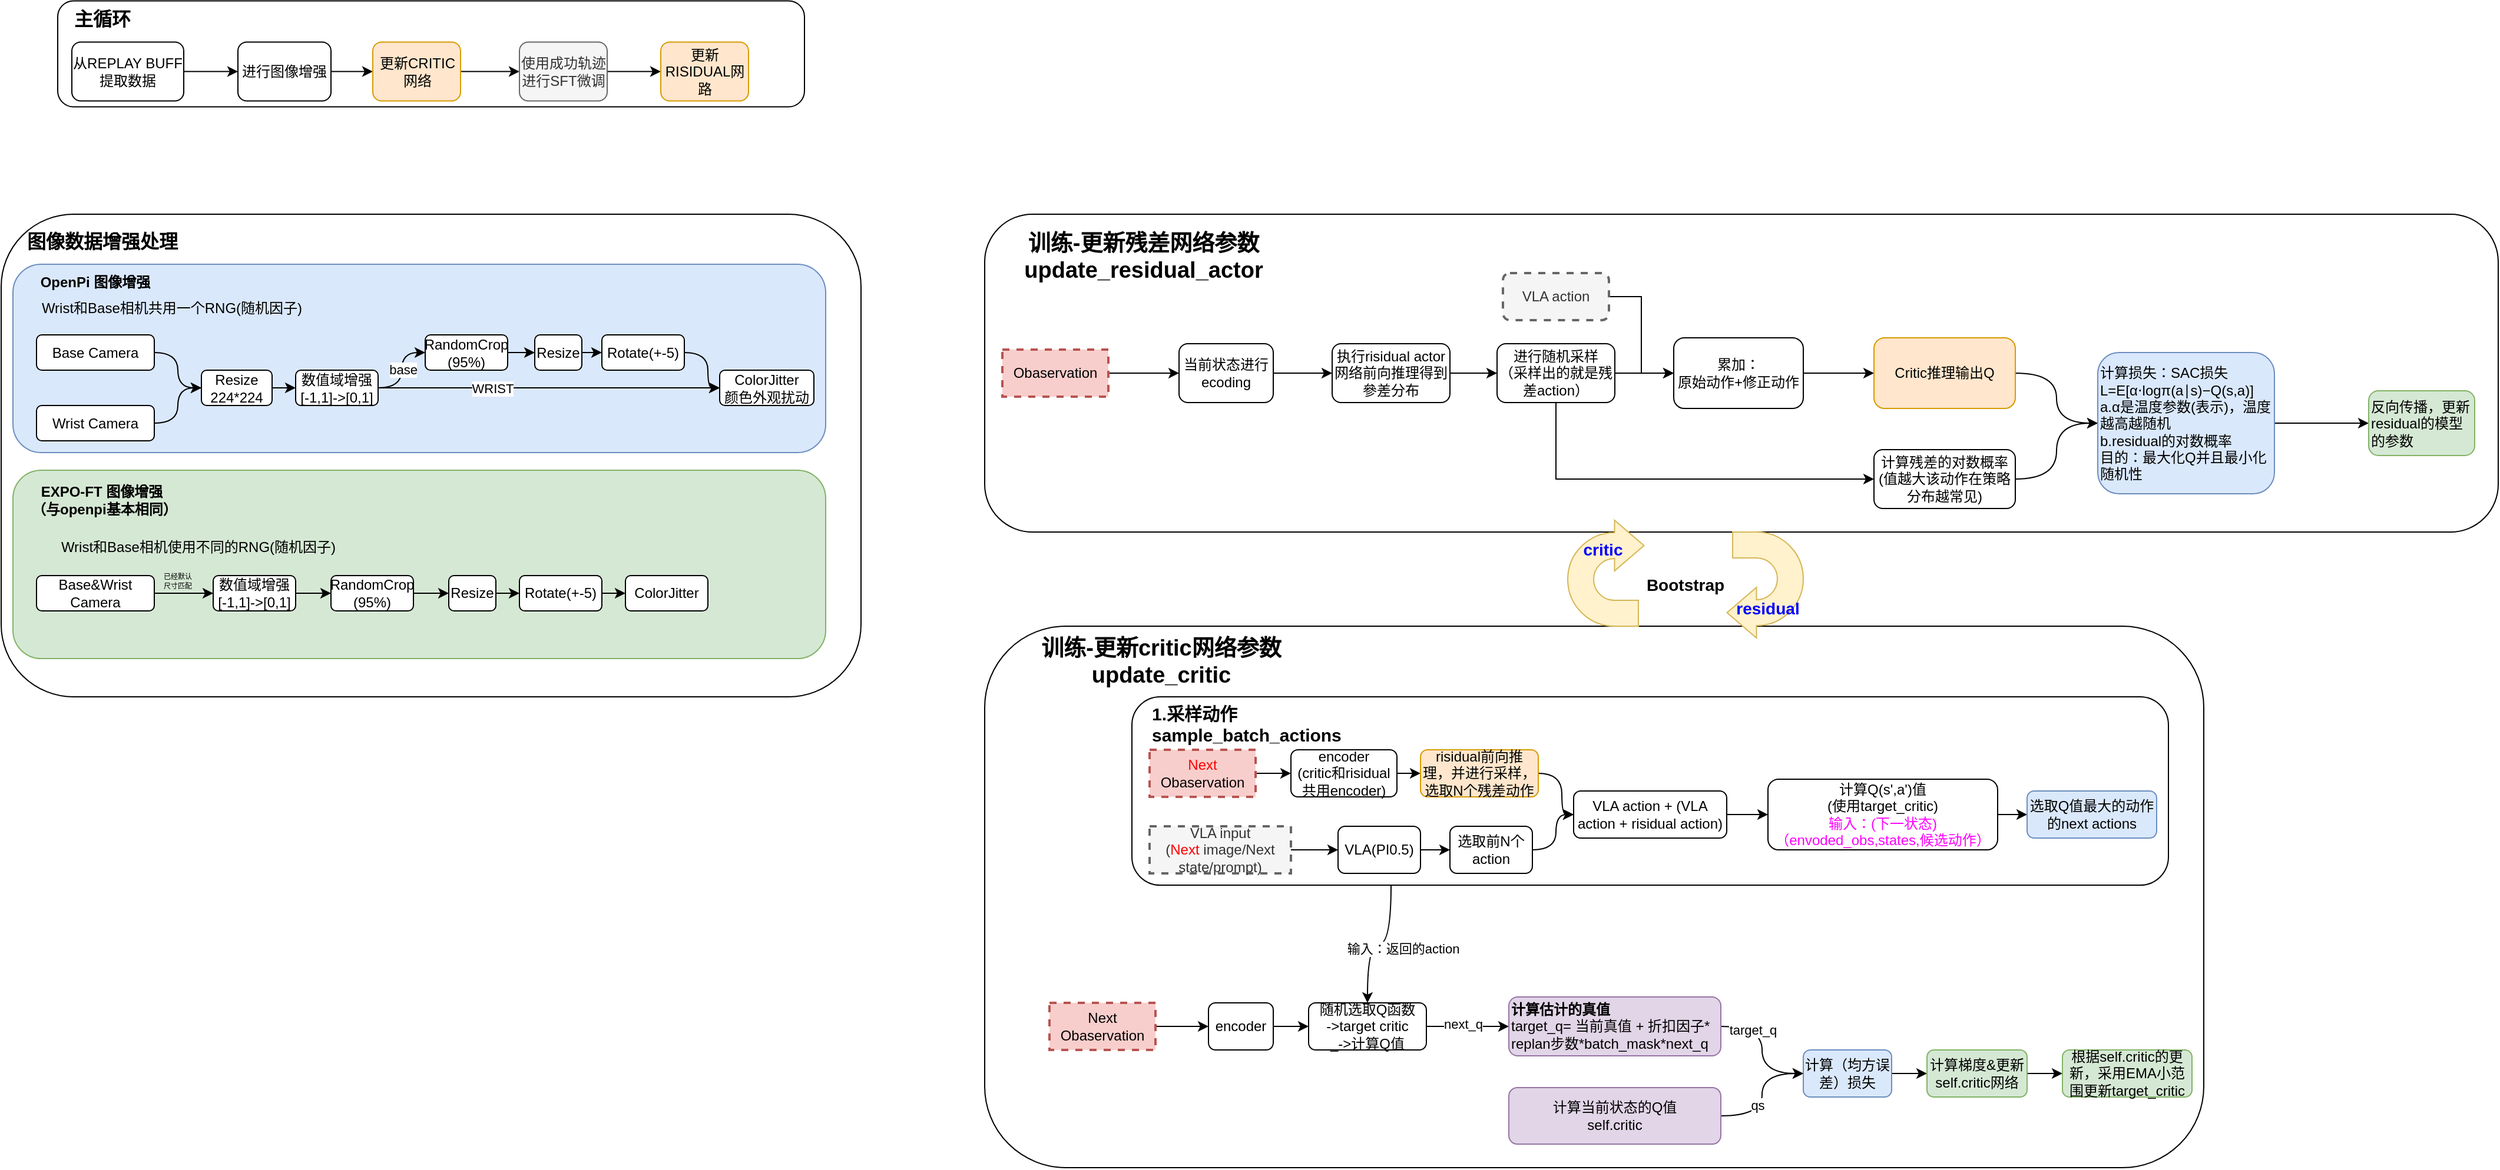
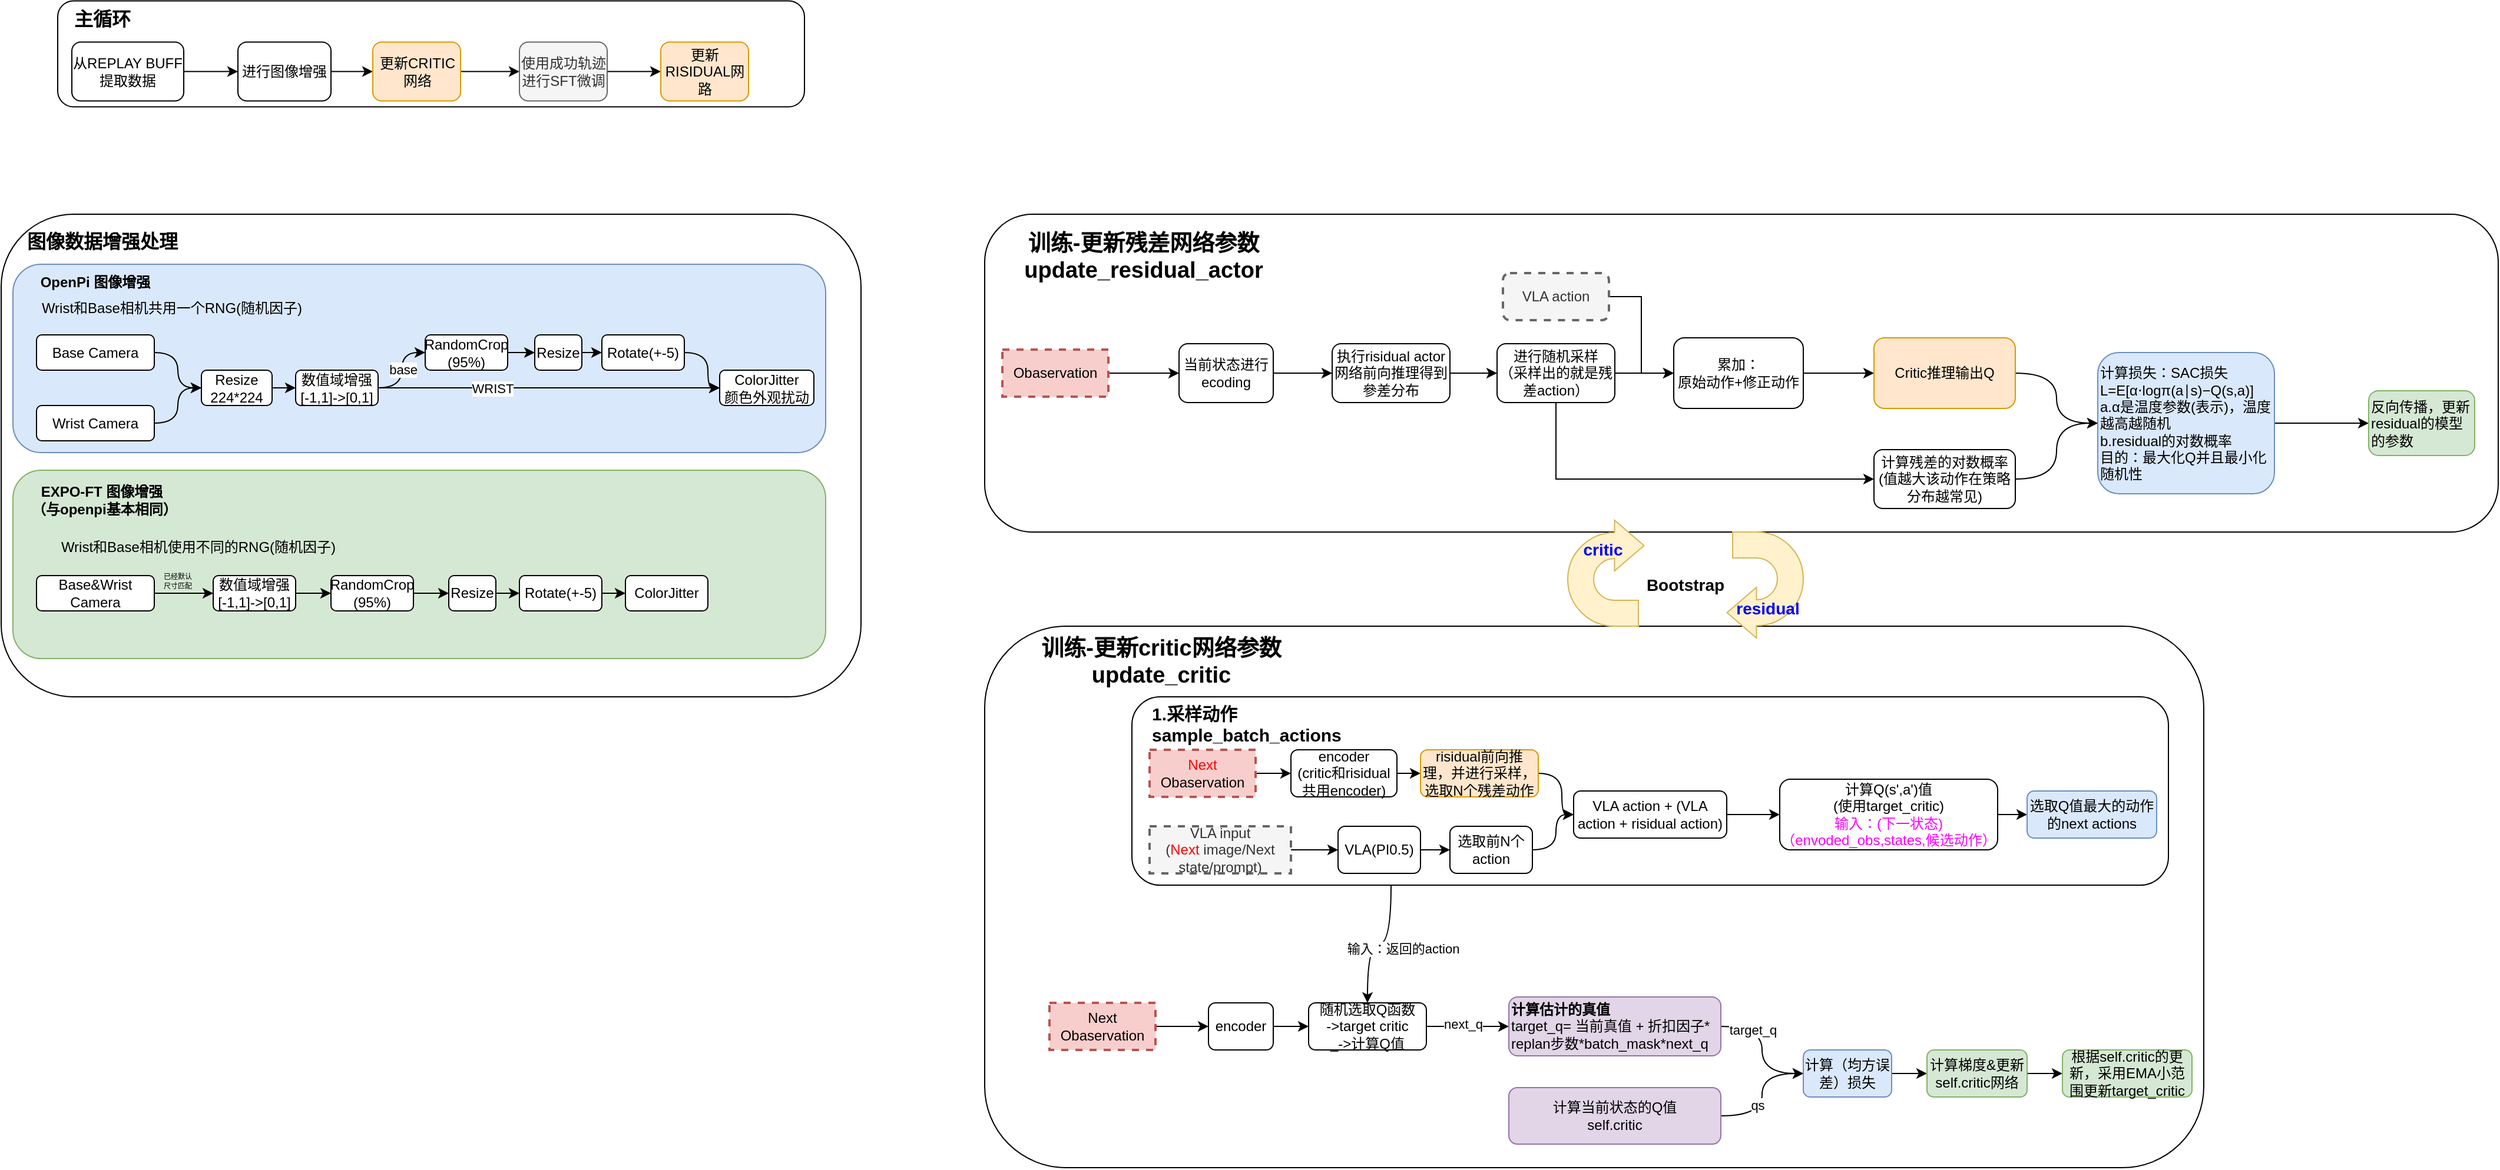
<mxfile host="app.diagrams.net">
  <diagram name="第 1 页" id="Xl2nalXjscSPXPMrPieM">
    <mxGraphModel dx="2328" dy="1052" grid="1" gridSize="10" guides="1" tooltips="1" connect="1" arrows="1" fold="1" page="1" pageScale="1" pageWidth="827" pageHeight="1169" math="0" shadow="0">
      <root>
        <mxCell id="0" />
        <mxCell id="1" parent="0" />
        <mxCell id="5m5IZYSdE89hOnIhnB_D-146" parent="1" style="rounded=1;whiteSpace=wrap;html=1;" value="" vertex="1">
          <mxGeometry height="90" width="634" x="-842" y="8.75" as="geometry" />
        </mxCell>
        <mxCell id="5m5IZYSdE89hOnIhnB_D-129" parent="1" style="rounded=1;whiteSpace=wrap;html=1;" value="" vertex="1">
          <mxGeometry height="410" width="730" x="-890" y="190" as="geometry" />
        </mxCell>
        <mxCell id="5m5IZYSdE89hOnIhnB_D-127" parent="1" style="rounded=1;whiteSpace=wrap;html=1;fillColor=#d5e8d4;strokeColor=#82b366;" value="" vertex="1">
          <mxGeometry height="160" width="690" x="-880" y="407.5" as="geometry" />
        </mxCell>
        <mxCell id="5m5IZYSdE89hOnIhnB_D-126" parent="1" style="rounded=1;whiteSpace=wrap;html=1;fillColor=#dae8fc;strokeColor=#6c8ebf;" value="" vertex="1">
          <mxGeometry height="160" width="690" x="-880" y="232.5" as="geometry" />
        </mxCell>
        <mxCell id="5m5IZYSdE89hOnIhnB_D-75" parent="1" style="rounded=1;whiteSpace=wrap;html=1;" value="" vertex="1">
          <mxGeometry height="460" width="1035" x="-55" y="540" as="geometry" />
        </mxCell>
        <mxCell id="5m5IZYSdE89hOnIhnB_D-59" edge="1" parent="1" source="5m5IZYSdE89hOnIhnB_D-50" style="edgeStyle=orthogonalEdgeStyle;curved=1;rounded=0;orthogonalLoop=1;jettySize=auto;html=1;exitX=0.25;exitY=1;exitDx=0;exitDy=0;entryX=0.5;entryY=0;entryDx=0;entryDy=0;" target="5m5IZYSdE89hOnIhnB_D-56">
          <mxGeometry relative="1" as="geometry" />
        </mxCell>
        <mxCell id="5m5IZYSdE89hOnIhnB_D-60" connectable="0" parent="5m5IZYSdE89hOnIhnB_D-59" style="edgeLabel;html=1;align=center;verticalAlign=middle;resizable=0;points=[];" value="输入：返回的action" vertex="1">
          <mxGeometry relative="1" x="-0.1644" y="4" as="geometry">
            <mxPoint x="10" as="offset" />
          </mxGeometry>
        </mxCell>
        <mxCell id="5m5IZYSdE89hOnIhnB_D-22" parent="1" style="rounded=1;whiteSpace=wrap;html=1;" value="" vertex="1">
          <mxGeometry height="270" width="1285" x="-55" y="190" as="geometry" />
        </mxCell>
        <mxCell id="5m5IZYSdE89hOnIhnB_D-3" edge="1" parent="1" source="5m5IZYSdE89hOnIhnB_D-1" style="edgeStyle=orthogonalEdgeStyle;rounded=0;orthogonalLoop=1;jettySize=auto;html=1;" target="5m5IZYSdE89hOnIhnB_D-2" value="">
          <mxGeometry relative="1" as="geometry" />
        </mxCell>
        <mxCell id="5m5IZYSdE89hOnIhnB_D-1" parent="1" style="rounded=1;whiteSpace=wrap;html=1;" value="当前状态进行ecoding" vertex="1">
          <mxGeometry height="50" width="80" x="110" y="300" as="geometry" />
        </mxCell>
        <mxCell id="5m5IZYSdE89hOnIhnB_D-5" edge="1" parent="1" source="5m5IZYSdE89hOnIhnB_D-2" style="edgeStyle=orthogonalEdgeStyle;rounded=0;orthogonalLoop=1;jettySize=auto;html=1;" target="5m5IZYSdE89hOnIhnB_D-4" value="">
          <mxGeometry relative="1" as="geometry" />
        </mxCell>
        <mxCell id="5m5IZYSdE89hOnIhnB_D-2" parent="1" style="rounded=1;whiteSpace=wrap;html=1;" value="执行risidual actor网络前向推理得到參差分布" vertex="1">
          <mxGeometry height="50" width="100" x="240" y="300" as="geometry" />
        </mxCell>
        <mxCell id="5m5IZYSdE89hOnIhnB_D-7" edge="1" parent="1" source="5m5IZYSdE89hOnIhnB_D-4" style="edgeStyle=orthogonalEdgeStyle;rounded=0;orthogonalLoop=1;jettySize=auto;html=1;exitX=0.5;exitY=1;exitDx=0;exitDy=0;entryX=0;entryY=0.5;entryDx=0;entryDy=0;" target="5m5IZYSdE89hOnIhnB_D-6" value="">
          <mxGeometry relative="1" as="geometry" />
        </mxCell>
        <mxCell id="5m5IZYSdE89hOnIhnB_D-14" edge="1" parent="1" source="5m5IZYSdE89hOnIhnB_D-4" style="edgeStyle=orthogonalEdgeStyle;rounded=0;orthogonalLoop=1;jettySize=auto;html=1;exitX=1;exitY=0.5;exitDx=0;exitDy=0;entryX=0;entryY=0.5;entryDx=0;entryDy=0;" target="5m5IZYSdE89hOnIhnB_D-12">
          <mxGeometry relative="1" as="geometry" />
        </mxCell>
        <mxCell id="5m5IZYSdE89hOnIhnB_D-4" parent="1" style="rounded=1;whiteSpace=wrap;html=1;" value="进行随机采样&lt;br&gt;（采样出的就是残差action）" vertex="1">
          <mxGeometry height="50" width="100" x="380" y="300" as="geometry" />
        </mxCell>
        <mxCell id="5m5IZYSdE89hOnIhnB_D-19" edge="1" parent="1" source="5m5IZYSdE89hOnIhnB_D-6" style="edgeStyle=orthogonalEdgeStyle;rounded=0;orthogonalLoop=1;jettySize=auto;html=1;exitX=1;exitY=0.5;exitDx=0;exitDy=0;entryX=0;entryY=0.5;entryDx=0;entryDy=0;curved=1;" target="5m5IZYSdE89hOnIhnB_D-17">
          <mxGeometry relative="1" as="geometry" />
        </mxCell>
        <mxCell id="5m5IZYSdE89hOnIhnB_D-6" parent="1" style="rounded=1;whiteSpace=wrap;html=1;" value="计算残差的对数概率&lt;br&gt;(值越大该动作在策略分布越常见)" vertex="1">
          <mxGeometry height="50" width="120" x="700" y="390" as="geometry" />
        </mxCell>
        <mxCell id="5m5IZYSdE89hOnIhnB_D-9" edge="1" parent="1" source="5m5IZYSdE89hOnIhnB_D-8" style="edgeStyle=orthogonalEdgeStyle;rounded=0;orthogonalLoop=1;jettySize=auto;html=1;exitX=1;exitY=0.5;exitDx=0;exitDy=0;entryX=0;entryY=0.5;entryDx=0;entryDy=0;" target="5m5IZYSdE89hOnIhnB_D-1">
          <mxGeometry relative="1" as="geometry" />
        </mxCell>
        <mxCell id="5m5IZYSdE89hOnIhnB_D-8" parent="1" style="rounded=0;whiteSpace=wrap;html=1;fillColor=#f8cecc;strokeColor=#b85450;dashed=1;strokeWidth=2;" value="Obaservation" vertex="1">
          <mxGeometry height="40" width="90" x="-40" y="305" as="geometry" />
        </mxCell>
        <mxCell id="5m5IZYSdE89hOnIhnB_D-13" edge="1" parent="1" source="5m5IZYSdE89hOnIhnB_D-10" style="edgeStyle=orthogonalEdgeStyle;rounded=0;orthogonalLoop=1;jettySize=auto;html=1;exitX=1;exitY=0.5;exitDx=0;exitDy=0;entryX=0;entryY=0.5;entryDx=0;entryDy=0;" target="5m5IZYSdE89hOnIhnB_D-12">
          <mxGeometry relative="1" as="geometry" />
        </mxCell>
        <mxCell id="5m5IZYSdE89hOnIhnB_D-10" parent="1" style="rounded=1;whiteSpace=wrap;html=1;fillColor=#f5f5f5;fontColor=#333333;strokeColor=#666666;dashed=1;strokeWidth=2;" value="VLA action" vertex="1">
          <mxGeometry height="40" width="90" x="385" y="240" as="geometry" />
        </mxCell>
        <mxCell id="5m5IZYSdE89hOnIhnB_D-16" edge="1" parent="1" source="5m5IZYSdE89hOnIhnB_D-12" style="edgeStyle=orthogonalEdgeStyle;rounded=0;orthogonalLoop=1;jettySize=auto;html=1;exitX=1;exitY=0.5;exitDx=0;exitDy=0;entryX=0;entryY=0.5;entryDx=0;entryDy=0;" target="5m5IZYSdE89hOnIhnB_D-15">
          <mxGeometry relative="1" as="geometry" />
        </mxCell>
        <mxCell id="5m5IZYSdE89hOnIhnB_D-12" parent="1" style="rounded=1;whiteSpace=wrap;html=1;" value="累加：&lt;br&gt;原始动作+修正动作" vertex="1">
          <mxGeometry height="60" width="110" x="530" y="295" as="geometry" />
        </mxCell>
        <mxCell id="5m5IZYSdE89hOnIhnB_D-18" edge="1" parent="1" source="5m5IZYSdE89hOnIhnB_D-15" style="edgeStyle=orthogonalEdgeStyle;rounded=0;orthogonalLoop=1;jettySize=auto;html=1;exitX=1;exitY=0.5;exitDx=0;exitDy=0;entryX=0;entryY=0.5;entryDx=0;entryDy=0;curved=1;" target="5m5IZYSdE89hOnIhnB_D-17">
          <mxGeometry relative="1" as="geometry" />
        </mxCell>
        <mxCell id="5m5IZYSdE89hOnIhnB_D-15" parent="1" style="rounded=1;whiteSpace=wrap;html=1;fillColor=#ffe6cc;strokeColor=#d79b00;" value="Critic推理输出Q" vertex="1">
          <mxGeometry height="60" width="120" x="700" y="295" as="geometry" />
        </mxCell>
        <mxCell id="5m5IZYSdE89hOnIhnB_D-21" edge="1" parent="1" source="5m5IZYSdE89hOnIhnB_D-17" style="edgeStyle=orthogonalEdgeStyle;curved=1;rounded=0;orthogonalLoop=1;jettySize=auto;html=1;" target="5m5IZYSdE89hOnIhnB_D-20" value="">
          <mxGeometry relative="1" as="geometry" />
        </mxCell>
        <mxCell id="5m5IZYSdE89hOnIhnB_D-17" parent="1" style="rounded=1;whiteSpace=wrap;html=1;align=left;fillColor=#dae8fc;strokeColor=#6c8ebf;" value="计算损失：SAC损失&lt;br&gt;L=E[α⋅logπ(a∣s)−Q(s,a)]&lt;div&gt;a.α是温度参数(表示)，温度越高越随机&lt;br&gt;b.residual的对数概率&lt;br&gt;目的：最大化Q并且最小化随机性&lt;/div&gt;" vertex="1">
          <mxGeometry height="120" width="150" x="890" y="307.5" as="geometry" />
        </mxCell>
        <mxCell id="5m5IZYSdE89hOnIhnB_D-20" parent="1" style="rounded=1;whiteSpace=wrap;html=1;align=left;fillColor=#d5e8d4;strokeColor=#82b366;" value="反向传播，更新residual的模型的参数" vertex="1">
          <mxGeometry height="55" width="90" x="1120" y="340" as="geometry" />
        </mxCell>
        <mxCell id="5m5IZYSdE89hOnIhnB_D-23" parent="1" style="text;html=1;whiteSpace=wrap;strokeColor=none;fillColor=none;align=center;verticalAlign=middle;rounded=0;fontStyle=1;fontSize=19;" value="&lt;br&gt;训练-更新残差网络参数update_residual_actor" vertex="1">
          <mxGeometry height="30" width="220" x="-30" y="200" as="geometry" />
        </mxCell>
        <mxCell id="5m5IZYSdE89hOnIhnB_D-55" edge="1" parent="1" source="5m5IZYSdE89hOnIhnB_D-53" style="edgeStyle=orthogonalEdgeStyle;curved=1;rounded=0;orthogonalLoop=1;jettySize=auto;html=1;exitX=1;exitY=0.5;exitDx=0;exitDy=0;entryX=0;entryY=0.5;entryDx=0;entryDy=0;" target="5m5IZYSdE89hOnIhnB_D-54">
          <mxGeometry relative="1" as="geometry" />
        </mxCell>
        <mxCell id="5m5IZYSdE89hOnIhnB_D-53" parent="1" style="rounded=0;whiteSpace=wrap;html=1;fillColor=#f8cecc;strokeColor=#b85450;dashed=1;strokeWidth=2;" value="Next&lt;br&gt;Obaservation" vertex="1">
          <mxGeometry height="40" width="90" y="860" as="geometry" />
        </mxCell>
        <mxCell id="5m5IZYSdE89hOnIhnB_D-57" edge="1" parent="1" source="5m5IZYSdE89hOnIhnB_D-54" style="edgeStyle=orthogonalEdgeStyle;curved=1;rounded=0;orthogonalLoop=1;jettySize=auto;html=1;" target="5m5IZYSdE89hOnIhnB_D-56" value="">
          <mxGeometry relative="1" as="geometry" />
        </mxCell>
        <mxCell id="5m5IZYSdE89hOnIhnB_D-54" parent="1" style="rounded=1;whiteSpace=wrap;html=1;strokeWidth=1;" value="encoder" vertex="1">
          <mxGeometry height="40" width="55" x="135" y="860" as="geometry" />
        </mxCell>
        <mxCell id="5m5IZYSdE89hOnIhnB_D-64" edge="1" parent="1" source="5m5IZYSdE89hOnIhnB_D-56" style="edgeStyle=orthogonalEdgeStyle;curved=1;rounded=0;orthogonalLoop=1;jettySize=auto;html=1;" target="5m5IZYSdE89hOnIhnB_D-63" value="">
          <mxGeometry relative="1" as="geometry" />
        </mxCell>
        <mxCell id="5m5IZYSdE89hOnIhnB_D-65" connectable="0" parent="5m5IZYSdE89hOnIhnB_D-64" style="edgeLabel;html=1;align=center;verticalAlign=middle;resizable=0;points=[];" value="next_q" vertex="1">
          <mxGeometry relative="1" x="-0.1202" y="2" as="geometry">
            <mxPoint as="offset" />
          </mxGeometry>
        </mxCell>
        <mxCell id="5m5IZYSdE89hOnIhnB_D-56" parent="1" style="rounded=1;whiteSpace=wrap;html=1;strokeWidth=1;" value="随机选取Q函数&lt;br&gt;-&amp;gt;target critic&lt;div&gt;_-&amp;gt;计算Q值&lt;/div&gt;" vertex="1">
          <mxGeometry height="40" width="100" x="220" y="860" as="geometry" />
        </mxCell>
        <mxCell id="5m5IZYSdE89hOnIhnB_D-67" edge="1" parent="1" source="5m5IZYSdE89hOnIhnB_D-63" style="edgeStyle=orthogonalEdgeStyle;curved=1;rounded=0;orthogonalLoop=1;jettySize=auto;html=1;" target="5m5IZYSdE89hOnIhnB_D-66" value="">
          <mxGeometry relative="1" as="geometry" />
        </mxCell>
        <mxCell id="5m5IZYSdE89hOnIhnB_D-70" connectable="0" parent="5m5IZYSdE89hOnIhnB_D-67" style="edgeLabel;html=1;align=center;verticalAlign=middle;resizable=0;points=[];" value="target_q" vertex="1">
          <mxGeometry relative="1" x="-0.5152" y="-3" as="geometry">
            <mxPoint as="offset" />
          </mxGeometry>
        </mxCell>
        <mxCell id="5m5IZYSdE89hOnIhnB_D-63" parent="1" style="rounded=1;whiteSpace=wrap;html=1;strokeWidth=1;align=left;fillColor=#e1d5e7;strokeColor=#9673a6;" value="&lt;b&gt;计算估计的真值&lt;/b&gt;&lt;br&gt;target_q= 当前真值 + 折扣因子* replan步数*batch_mask*next_q" vertex="1">
          <mxGeometry height="50" width="180" x="390" y="855" as="geometry" />
        </mxCell>
        <mxCell id="5m5IZYSdE89hOnIhnB_D-74" edge="1" parent="1" source="5m5IZYSdE89hOnIhnB_D-66" style="edgeStyle=orthogonalEdgeStyle;curved=1;rounded=0;orthogonalLoop=1;jettySize=auto;html=1;" target="5m5IZYSdE89hOnIhnB_D-73" value="">
          <mxGeometry relative="1" as="geometry" />
        </mxCell>
        <mxCell id="5m5IZYSdE89hOnIhnB_D-66" parent="1" style="whiteSpace=wrap;html=1;align=center;rounded=1;strokeWidth=1;fillColor=#dae8fc;strokeColor=#6c8ebf;" value="计算（均方误差）损失" vertex="1">
          <mxGeometry height="40" width="75" x="640" y="900" as="geometry" />
        </mxCell>
        <mxCell id="5m5IZYSdE89hOnIhnB_D-69" edge="1" parent="1" source="5m5IZYSdE89hOnIhnB_D-68" style="edgeStyle=orthogonalEdgeStyle;curved=1;rounded=0;orthogonalLoop=1;jettySize=auto;html=1;exitX=1;exitY=0.5;exitDx=0;exitDy=0;entryX=0;entryY=0.5;entryDx=0;entryDy=0;" target="5m5IZYSdE89hOnIhnB_D-66">
          <mxGeometry relative="1" as="geometry" />
        </mxCell>
        <mxCell id="5m5IZYSdE89hOnIhnB_D-72" connectable="0" parent="5m5IZYSdE89hOnIhnB_D-69" style="edgeLabel;html=1;align=center;verticalAlign=middle;resizable=0;points=[];" value="qs" vertex="1">
          <mxGeometry relative="1" x="-0.1592" y="4" as="geometry">
            <mxPoint as="offset" />
          </mxGeometry>
        </mxCell>
        <mxCell id="5m5IZYSdE89hOnIhnB_D-68" parent="1" style="rounded=1;whiteSpace=wrap;html=1;strokeWidth=1;fillColor=#e1d5e7;strokeColor=#9673a6;" value="计算当前状态的Q值&lt;br&gt;self.critic" vertex="1">
          <mxGeometry height="48" width="180" x="390" y="932" as="geometry" />
        </mxCell>
        <mxCell id="5m5IZYSdE89hOnIhnB_D-78" edge="1" parent="1" source="5m5IZYSdE89hOnIhnB_D-73" style="edgeStyle=orthogonalEdgeStyle;curved=1;rounded=0;orthogonalLoop=1;jettySize=auto;html=1;" target="5m5IZYSdE89hOnIhnB_D-77" value="">
          <mxGeometry relative="1" as="geometry" />
        </mxCell>
        <mxCell id="5m5IZYSdE89hOnIhnB_D-73" parent="1" style="whiteSpace=wrap;html=1;align=center;rounded=1;strokeWidth=1;fillColor=#d5e8d4;strokeColor=#82b366;" value="计算梯度&amp;amp;更新self.critic网络" vertex="1">
          <mxGeometry height="40" width="85" x="745" y="900" as="geometry" />
        </mxCell>
        <mxCell id="5m5IZYSdE89hOnIhnB_D-76" parent="1" style="text;html=1;whiteSpace=wrap;strokeColor=none;fillColor=none;align=center;verticalAlign=middle;rounded=0;fontStyle=1;fontSize=19;" value="训练-更新critic网络参数&lt;br&gt;update_critic" vertex="1">
          <mxGeometry height="40" width="220" x="-15" y="550" as="geometry" />
        </mxCell>
        <mxCell id="5m5IZYSdE89hOnIhnB_D-77" parent="1" style="whiteSpace=wrap;html=1;align=center;rounded=1;strokeWidth=1;fillColor=#d5e8d4;strokeColor=#82b366;" value="根据self.critic的更新，采用EMA小范围更新target_critic" vertex="1">
          <mxGeometry height="40" width="110" x="860" y="900" as="geometry" />
        </mxCell>
        <mxCell id="5m5IZYSdE89hOnIhnB_D-79" connectable="0" parent="1" style="group" value="" vertex="1">
          <mxGeometry height="160" width="880" x="70" y="600" as="geometry" />
        </mxCell>
        <mxCell id="5m5IZYSdE89hOnIhnB_D-50" parent="5m5IZYSdE89hOnIhnB_D-79" style="rounded=1;whiteSpace=wrap;html=1;" value="" vertex="1">
          <mxGeometry height="160" width="880" as="geometry" />
        </mxCell>
        <mxCell id="5m5IZYSdE89hOnIhnB_D-39" edge="1" parent="5m5IZYSdE89hOnIhnB_D-79" source="5m5IZYSdE89hOnIhnB_D-32" style="edgeStyle=orthogonalEdgeStyle;curved=1;rounded=0;orthogonalLoop=1;jettySize=auto;html=1;exitX=1;exitY=0.5;exitDx=0;exitDy=0;entryX=0;entryY=0.5;entryDx=0;entryDy=0;" target="5m5IZYSdE89hOnIhnB_D-38">
          <mxGeometry relative="1" as="geometry" />
        </mxCell>
        <mxCell id="5m5IZYSdE89hOnIhnB_D-32" parent="5m5IZYSdE89hOnIhnB_D-79" style="rounded=0;whiteSpace=wrap;html=1;fillColor=#f8cecc;strokeColor=#b85450;dashed=1;strokeWidth=2;" value="&lt;span style=&quot;color: rgb(255, 0, 0);&quot;&gt;Next&lt;/span&gt;&lt;br&gt;Obaservation" vertex="1">
          <mxGeometry height="40" width="90" x="15" y="45" as="geometry" />
        </mxCell>
        <mxCell id="5m5IZYSdE89hOnIhnB_D-35" edge="1" parent="5m5IZYSdE89hOnIhnB_D-79" source="5m5IZYSdE89hOnIhnB_D-33" style="edgeStyle=orthogonalEdgeStyle;curved=1;rounded=0;orthogonalLoop=1;jettySize=auto;html=1;" target="5m5IZYSdE89hOnIhnB_D-34" value="">
          <mxGeometry relative="1" as="geometry" />
        </mxCell>
        <mxCell id="5m5IZYSdE89hOnIhnB_D-33" parent="5m5IZYSdE89hOnIhnB_D-79" style="rounded=0;whiteSpace=wrap;html=1;fillColor=#f5f5f5;fontColor=#333333;strokeColor=#666666;dashed=1;strokeWidth=2;" value="VLA input&lt;br&gt;(&lt;span style=&quot;color: rgb(255, 0, 0);&quot;&gt;Next&lt;/span&gt; image/Next state/prompt)" vertex="1">
          <mxGeometry height="40" width="120" x="15" y="110" as="geometry" />
        </mxCell>
        <mxCell id="5m5IZYSdE89hOnIhnB_D-37" edge="1" parent="5m5IZYSdE89hOnIhnB_D-79" source="5m5IZYSdE89hOnIhnB_D-34" style="edgeStyle=orthogonalEdgeStyle;curved=1;rounded=0;orthogonalLoop=1;jettySize=auto;html=1;" target="5m5IZYSdE89hOnIhnB_D-36" value="">
          <mxGeometry relative="1" as="geometry" />
        </mxCell>
        <mxCell id="5m5IZYSdE89hOnIhnB_D-34" parent="5m5IZYSdE89hOnIhnB_D-79" style="rounded=1;whiteSpace=wrap;html=1;strokeWidth=1;" value="VLA(PI0.5)" vertex="1">
          <mxGeometry height="40" width="70" x="175" y="110" as="geometry" />
        </mxCell>
        <mxCell id="5m5IZYSdE89hOnIhnB_D-44" edge="1" parent="5m5IZYSdE89hOnIhnB_D-79" source="5m5IZYSdE89hOnIhnB_D-36" style="edgeStyle=orthogonalEdgeStyle;curved=1;rounded=0;orthogonalLoop=1;jettySize=auto;html=1;exitX=1;exitY=0.5;exitDx=0;exitDy=0;entryX=0;entryY=0.5;entryDx=0;entryDy=0;" target="5m5IZYSdE89hOnIhnB_D-43">
          <mxGeometry relative="1" as="geometry" />
        </mxCell>
        <mxCell id="5m5IZYSdE89hOnIhnB_D-36" parent="5m5IZYSdE89hOnIhnB_D-79" style="rounded=1;whiteSpace=wrap;html=1;strokeWidth=1;" value="选取前N个action" vertex="1">
          <mxGeometry height="40" width="70" x="270" y="110" as="geometry" />
        </mxCell>
        <mxCell id="5m5IZYSdE89hOnIhnB_D-41" edge="1" parent="5m5IZYSdE89hOnIhnB_D-79" source="5m5IZYSdE89hOnIhnB_D-38" style="edgeStyle=orthogonalEdgeStyle;curved=1;rounded=0;orthogonalLoop=1;jettySize=auto;html=1;" target="5m5IZYSdE89hOnIhnB_D-40" value="">
          <mxGeometry relative="1" as="geometry" />
        </mxCell>
        <mxCell id="5m5IZYSdE89hOnIhnB_D-38" parent="5m5IZYSdE89hOnIhnB_D-79" style="rounded=1;whiteSpace=wrap;html=1;strokeWidth=1;" value="encoder&lt;div&gt;(critic和risidual共用encoder)&lt;/div&gt;" vertex="1">
          <mxGeometry height="40" width="90" x="135" y="45" as="geometry" />
        </mxCell>
        <mxCell id="5m5IZYSdE89hOnIhnB_D-45" edge="1" parent="5m5IZYSdE89hOnIhnB_D-79" source="5m5IZYSdE89hOnIhnB_D-40" style="edgeStyle=orthogonalEdgeStyle;curved=1;rounded=0;orthogonalLoop=1;jettySize=auto;html=1;exitX=1;exitY=0.5;exitDx=0;exitDy=0;entryX=0;entryY=0.5;entryDx=0;entryDy=0;" target="5m5IZYSdE89hOnIhnB_D-43">
          <mxGeometry relative="1" as="geometry" />
        </mxCell>
        <mxCell id="5m5IZYSdE89hOnIhnB_D-40" parent="5m5IZYSdE89hOnIhnB_D-79" style="rounded=1;whiteSpace=wrap;html=1;strokeWidth=1;fillColor=#ffe6cc;strokeColor=#d79b00;" value="risidual前向推理，并进行采样，选取N个残差动作" vertex="1">
          <mxGeometry height="40" width="100" x="245" y="45" as="geometry" />
        </mxCell>
        <mxCell id="5m5IZYSdE89hOnIhnB_D-47" edge="1" parent="5m5IZYSdE89hOnIhnB_D-79" source="5m5IZYSdE89hOnIhnB_D-43" style="edgeStyle=orthogonalEdgeStyle;curved=1;rounded=0;orthogonalLoop=1;jettySize=auto;html=1;exitX=1;exitY=0.5;exitDx=0;exitDy=0;entryX=0;entryY=0.5;entryDx=0;entryDy=0;" target="5m5IZYSdE89hOnIhnB_D-46">
          <mxGeometry relative="1" as="geometry" />
        </mxCell>
        <mxCell id="5m5IZYSdE89hOnIhnB_D-43" parent="5m5IZYSdE89hOnIhnB_D-79" style="rounded=1;whiteSpace=wrap;html=1;strokeWidth=1;" value="VLA action + (VLA action + risidual action)" vertex="1">
          <mxGeometry height="40" width="130" x="375" y="80" as="geometry" />
        </mxCell>
        <mxCell id="5m5IZYSdE89hOnIhnB_D-49" edge="1" parent="5m5IZYSdE89hOnIhnB_D-79" source="5m5IZYSdE89hOnIhnB_D-46" style="edgeStyle=orthogonalEdgeStyle;curved=1;rounded=0;orthogonalLoop=1;jettySize=auto;html=1;" target="5m5IZYSdE89hOnIhnB_D-48" value="">
          <mxGeometry relative="1" as="geometry" />
        </mxCell>
        <mxCell id="5m5IZYSdE89hOnIhnB_D-46" parent="5m5IZYSdE89hOnIhnB_D-79" style="rounded=1;whiteSpace=wrap;html=1;strokeWidth=1;" value="计算Q(s&#39;,a&#39;)值&lt;br&gt;(使用target_critic)&lt;br&gt;&lt;span style=&quot;color: rgb(255, 0, 255);&quot;&gt;输入：(下一状态)&lt;br&gt;（envoded_obs,states,候选动作）&lt;/span&gt;" vertex="1">
-           <mxGeometry height="60" width="195" x="540" y="70" as="geometry" />
+           <mxGeometry height="60" width="185" x="550" y="70" as="geometry" />
        </mxCell>
        <mxCell id="5m5IZYSdE89hOnIhnB_D-48" parent="5m5IZYSdE89hOnIhnB_D-79" style="rounded=1;whiteSpace=wrap;html=1;strokeWidth=1;fillColor=#dae8fc;strokeColor=#6c8ebf;" value="选取Q值最大的动作&lt;br&gt;的next actions" vertex="1">
          <mxGeometry height="40" width="110" x="760" y="80" as="geometry" />
        </mxCell>
        <mxCell id="5m5IZYSdE89hOnIhnB_D-51" parent="5m5IZYSdE89hOnIhnB_D-79" style="text;html=1;whiteSpace=wrap;strokeColor=none;fillColor=none;align=left;verticalAlign=middle;rounded=0;fontStyle=1;fontSize=15;" value="1.采样动作&lt;br&gt;sample_batch_actions" vertex="1">
          <mxGeometry height="30" width="220" x="15" y="8" as="geometry" />
        </mxCell>
        <mxCell id="5m5IZYSdE89hOnIhnB_D-82" parent="1" style="html=1;shadow=0;dashed=0;align=center;verticalAlign=middle;shape=mxgraph.arrows2.uTurnArrow;dy=11;arrowHead=43;dx2=25;fillColor=#fff2cc;strokeColor=#d6b656;" value="" vertex="1">
          <mxGeometry height="90" width="60" x="440" y="450" as="geometry" />
        </mxCell>
        <mxCell id="5m5IZYSdE89hOnIhnB_D-83" parent="1" style="html=1;shadow=0;dashed=0;align=center;verticalAlign=middle;shape=mxgraph.arrows2.uTurnArrow;dy=11;arrowHead=43;dx2=25;rotation=-180;fillColor=#fff2cc;strokeColor=#d6b656;" value="&amp;nbsp; " vertex="1">
          <mxGeometry height="90" width="60" x="580" y="460" as="geometry" />
        </mxCell>
        <mxCell id="5m5IZYSdE89hOnIhnB_D-84" parent="1" style="text;html=1;whiteSpace=wrap;strokeColor=none;fillColor=none;align=center;verticalAlign=middle;rounded=0;fontStyle=1;fontSize=14;" value="Bootstrap" vertex="1">
          <mxGeometry height="30" width="60" x="510" y="490" as="geometry" />
        </mxCell>
        <mxCell id="5m5IZYSdE89hOnIhnB_D-85" parent="1" style="text;html=1;whiteSpace=wrap;strokeColor=none;fillColor=none;align=center;verticalAlign=middle;rounded=0;fontStyle=1;fontColor=#0000FF;fontSize=14;" value="critic" vertex="1">
          <mxGeometry height="30" width="60" x="440" y="460" as="geometry" />
        </mxCell>
        <mxCell id="5m5IZYSdE89hOnIhnB_D-86" parent="1" style="text;html=1;whiteSpace=wrap;strokeColor=none;fillColor=none;align=center;verticalAlign=middle;rounded=0;fontStyle=1;fontColor=#0000FF;fontSize=14;" value="residual" vertex="1">
          <mxGeometry height="30" width="60" x="580" y="510" as="geometry" />
        </mxCell>
        <mxCell id="5m5IZYSdE89hOnIhnB_D-99" edge="1" parent="1" source="5m5IZYSdE89hOnIhnB_D-87" style="edgeStyle=orthogonalEdgeStyle;curved=1;rounded=0;orthogonalLoop=1;jettySize=auto;html=1;exitX=1;exitY=0.5;exitDx=0;exitDy=0;entryX=0;entryY=0.5;entryDx=0;entryDy=0;" target="5m5IZYSdE89hOnIhnB_D-89">
          <mxGeometry relative="1" as="geometry" />
        </mxCell>
        <mxCell id="5m5IZYSdE89hOnIhnB_D-87" parent="1" style="rounded=1;whiteSpace=wrap;html=1;" value="Base Camera" vertex="1">
          <mxGeometry height="30" width="100" x="-860" y="292.5" as="geometry" />
        </mxCell>
        <mxCell id="5m5IZYSdE89hOnIhnB_D-98" edge="1" parent="1" source="5m5IZYSdE89hOnIhnB_D-88" style="edgeStyle=orthogonalEdgeStyle;curved=1;rounded=0;orthogonalLoop=1;jettySize=auto;html=1;exitX=1;exitY=0.5;exitDx=0;exitDy=0;entryX=0;entryY=0.5;entryDx=0;entryDy=0;" target="5m5IZYSdE89hOnIhnB_D-89">
          <mxGeometry relative="1" as="geometry" />
        </mxCell>
        <mxCell id="5m5IZYSdE89hOnIhnB_D-88" parent="1" style="rounded=1;whiteSpace=wrap;html=1;" value="Wrist Camera" vertex="1">
          <mxGeometry height="30" width="100" x="-860" y="352.5" as="geometry" />
        </mxCell>
        <mxCell id="5m5IZYSdE89hOnIhnB_D-108" edge="1" parent="1" source="5m5IZYSdE89hOnIhnB_D-89" style="edgeStyle=orthogonalEdgeStyle;curved=1;rounded=0;orthogonalLoop=1;jettySize=auto;html=1;" target="5m5IZYSdE89hOnIhnB_D-107" value="">
          <mxGeometry relative="1" as="geometry" />
        </mxCell>
        <mxCell id="5m5IZYSdE89hOnIhnB_D-89" parent="1" style="rounded=1;whiteSpace=wrap;html=1;" value="Resize&lt;div&gt;224*224&lt;/div&gt;" vertex="1">
          <mxGeometry height="30" width="60" x="-720" y="322.5" as="geometry" />
        </mxCell>
        <mxCell id="5m5IZYSdE89hOnIhnB_D-92" edge="1" parent="1" source="5m5IZYSdE89hOnIhnB_D-90" style="edgeStyle=orthogonalEdgeStyle;curved=1;rounded=0;orthogonalLoop=1;jettySize=auto;html=1;" target="5m5IZYSdE89hOnIhnB_D-91" value="">
          <mxGeometry relative="1" as="geometry" />
        </mxCell>
        <mxCell id="5m5IZYSdE89hOnIhnB_D-90" parent="1" style="rounded=1;whiteSpace=wrap;html=1;" value="RandomCrop&lt;br&gt;(95%)" vertex="1">
          <mxGeometry height="30" width="70" x="-530" y="292.5" as="geometry" />
        </mxCell>
        <mxCell id="5m5IZYSdE89hOnIhnB_D-94" edge="1" parent="1" source="5m5IZYSdE89hOnIhnB_D-91" style="edgeStyle=orthogonalEdgeStyle;curved=1;rounded=0;orthogonalLoop=1;jettySize=auto;html=1;" target="5m5IZYSdE89hOnIhnB_D-93" value="">
          <mxGeometry relative="1" as="geometry" />
        </mxCell>
        <mxCell id="5m5IZYSdE89hOnIhnB_D-91" parent="1" style="rounded=1;whiteSpace=wrap;html=1;" value="Resize" vertex="1">
          <mxGeometry height="30" width="40" x="-437" y="292.5" as="geometry" />
        </mxCell>
        <mxCell id="5m5IZYSdE89hOnIhnB_D-96" edge="1" parent="1" source="5m5IZYSdE89hOnIhnB_D-93" style="edgeStyle=orthogonalEdgeStyle;curved=1;rounded=0;orthogonalLoop=1;jettySize=auto;html=1;" target="5m5IZYSdE89hOnIhnB_D-95" value="">
          <mxGeometry relative="1" as="geometry" />
        </mxCell>
        <mxCell id="5m5IZYSdE89hOnIhnB_D-93" parent="1" style="rounded=1;whiteSpace=wrap;html=1;" value="Rotate(+-5)" vertex="1">
          <mxGeometry height="30" width="70" x="-380" y="292.5" as="geometry" />
        </mxCell>
        <mxCell id="5m5IZYSdE89hOnIhnB_D-95" parent="1" style="rounded=1;whiteSpace=wrap;html=1;" value="ColorJitter&lt;br&gt;颜色外观扰动" vertex="1">
          <mxGeometry height="30" width="80" x="-280" y="322.5" as="geometry" />
        </mxCell>
        <mxCell id="5m5IZYSdE89hOnIhnB_D-103" parent="1" style="text;html=1;whiteSpace=wrap;strokeColor=none;fillColor=none;align=center;verticalAlign=middle;rounded=0;" value="Wrist和Base相机共用一个RNG(随机因子)" vertex="1">
          <mxGeometry height="20" width="230" x="-860" y="260" as="geometry" />
        </mxCell>
        <mxCell id="5m5IZYSdE89hOnIhnB_D-105" parent="1" style="text;html=1;whiteSpace=wrap;strokeColor=none;fillColor=none;align=center;verticalAlign=middle;rounded=0;fontStyle=1" value="OpenPi 图像增强" vertex="1">
          <mxGeometry height="20" width="110" x="-865" y="237.5" as="geometry" />
        </mxCell>
        <mxCell id="5m5IZYSdE89hOnIhnB_D-106" parent="1" style="text;html=1;whiteSpace=wrap;strokeColor=none;fillColor=none;align=center;verticalAlign=middle;rounded=0;fontStyle=1" value="EXPO-FT 图像增强&lt;br&gt;（与openpi基本相同）" vertex="1">
          <mxGeometry height="20" width="121" x="-865" y="422.5" as="geometry" />
        </mxCell>
        <mxCell id="5m5IZYSdE89hOnIhnB_D-109" edge="1" parent="1" source="5m5IZYSdE89hOnIhnB_D-107" style="edgeStyle=orthogonalEdgeStyle;curved=1;rounded=0;orthogonalLoop=1;jettySize=auto;html=1;exitX=1;exitY=0.5;exitDx=0;exitDy=0;entryX=0;entryY=0.5;entryDx=0;entryDy=0;" target="5m5IZYSdE89hOnIhnB_D-90">
          <mxGeometry relative="1" as="geometry" />
        </mxCell>
        <mxCell id="5m5IZYSdE89hOnIhnB_D-110" connectable="0" parent="5m5IZYSdE89hOnIhnB_D-109" style="edgeLabel;html=1;align=center;verticalAlign=middle;resizable=0;points=[];" value="base" vertex="1">
          <mxGeometry relative="1" x="0.0335" y="-1" as="geometry">
            <mxPoint as="offset" />
          </mxGeometry>
        </mxCell>
        <mxCell id="5m5IZYSdE89hOnIhnB_D-133" edge="1" parent="1" source="5m5IZYSdE89hOnIhnB_D-107" style="edgeStyle=orthogonalEdgeStyle;curved=1;rounded=0;orthogonalLoop=1;jettySize=auto;html=1;exitX=1;exitY=0.5;exitDx=0;exitDy=0;entryX=0;entryY=0.5;entryDx=0;entryDy=0;" target="5m5IZYSdE89hOnIhnB_D-95">
          <mxGeometry relative="1" as="geometry" />
        </mxCell>
        <mxCell id="5m5IZYSdE89hOnIhnB_D-134" connectable="0" parent="5m5IZYSdE89hOnIhnB_D-133" style="edgeLabel;html=1;align=center;verticalAlign=middle;resizable=0;points=[];" value="WRIST" vertex="1">
          <mxGeometry relative="1" x="-0.3337" as="geometry">
            <mxPoint as="offset" />
          </mxGeometry>
        </mxCell>
        <mxCell id="5m5IZYSdE89hOnIhnB_D-107" parent="1" style="rounded=1;whiteSpace=wrap;html=1;" value="数值域增强&lt;br&gt;[-1,1]-&amp;gt;[0,1]" vertex="1">
          <mxGeometry height="30" width="70" x="-640" y="322.5" as="geometry" />
        </mxCell>
        <mxCell id="5m5IZYSdE89hOnIhnB_D-118" edge="1" parent="1" source="5m5IZYSdE89hOnIhnB_D-113" style="edgeStyle=orthogonalEdgeStyle;curved=1;rounded=0;orthogonalLoop=1;jettySize=auto;html=1;exitX=1;exitY=0.5;exitDx=0;exitDy=0;entryX=0;entryY=0.5;entryDx=0;entryDy=0;" target="5m5IZYSdE89hOnIhnB_D-114">
          <mxGeometry relative="1" as="geometry" />
        </mxCell>
        <mxCell id="5m5IZYSdE89hOnIhnB_D-113" parent="1" style="rounded=1;whiteSpace=wrap;html=1;" value="数值域增强&lt;br&gt;[-1,1]-&amp;gt;[0,1]" vertex="1">
          <mxGeometry height="30" width="70" x="-710" y="497" as="geometry" />
        </mxCell>
        <mxCell id="5m5IZYSdE89hOnIhnB_D-119" edge="1" parent="1" source="5m5IZYSdE89hOnIhnB_D-114" style="edgeStyle=orthogonalEdgeStyle;curved=1;rounded=0;orthogonalLoop=1;jettySize=auto;html=1;exitX=1;exitY=0.5;exitDx=0;exitDy=0;entryX=0;entryY=0.5;entryDx=0;entryDy=0;" target="5m5IZYSdE89hOnIhnB_D-115">
          <mxGeometry relative="1" as="geometry" />
        </mxCell>
        <mxCell id="5m5IZYSdE89hOnIhnB_D-114" parent="1" style="rounded=1;whiteSpace=wrap;html=1;" value="RandomCrop&lt;br&gt;(95%)" vertex="1">
          <mxGeometry height="30" width="70" x="-610" y="497" as="geometry" />
        </mxCell>
        <mxCell id="5m5IZYSdE89hOnIhnB_D-120" edge="1" parent="1" source="5m5IZYSdE89hOnIhnB_D-115" style="edgeStyle=orthogonalEdgeStyle;curved=1;rounded=0;orthogonalLoop=1;jettySize=auto;html=1;exitX=1;exitY=0.5;exitDx=0;exitDy=0;entryX=0;entryY=0.5;entryDx=0;entryDy=0;" target="5m5IZYSdE89hOnIhnB_D-116">
          <mxGeometry relative="1" as="geometry" />
        </mxCell>
        <mxCell id="5m5IZYSdE89hOnIhnB_D-115" parent="1" style="rounded=1;whiteSpace=wrap;html=1;" value="Resize" vertex="1">
          <mxGeometry height="30" width="40" x="-510" y="497" as="geometry" />
        </mxCell>
        <mxCell id="5m5IZYSdE89hOnIhnB_D-121" edge="1" parent="1" source="5m5IZYSdE89hOnIhnB_D-116" style="edgeStyle=orthogonalEdgeStyle;curved=1;rounded=0;orthogonalLoop=1;jettySize=auto;html=1;exitX=1;exitY=0.5;exitDx=0;exitDy=0;entryX=0;entryY=0.5;entryDx=0;entryDy=0;" target="5m5IZYSdE89hOnIhnB_D-117">
          <mxGeometry relative="1" as="geometry" />
        </mxCell>
        <mxCell id="5m5IZYSdE89hOnIhnB_D-116" parent="1" style="rounded=1;whiteSpace=wrap;html=1;" value="Rotate(+-5)" vertex="1">
          <mxGeometry height="30" width="70" x="-450" y="497" as="geometry" />
        </mxCell>
        <mxCell id="5m5IZYSdE89hOnIhnB_D-117" parent="1" style="rounded=1;whiteSpace=wrap;html=1;" value="ColorJitter" vertex="1">
          <mxGeometry height="30" width="70" x="-360" y="497" as="geometry" />
        </mxCell>
        <mxCell id="5m5IZYSdE89hOnIhnB_D-123" edge="1" parent="1" source="5m5IZYSdE89hOnIhnB_D-122" style="edgeStyle=orthogonalEdgeStyle;curved=1;rounded=0;orthogonalLoop=1;jettySize=auto;html=1;exitX=1;exitY=0.5;exitDx=0;exitDy=0;entryX=0;entryY=0.5;entryDx=0;entryDy=0;" target="5m5IZYSdE89hOnIhnB_D-113">
          <mxGeometry relative="1" as="geometry" />
        </mxCell>
        <mxCell id="5m5IZYSdE89hOnIhnB_D-122" parent="1" style="rounded=1;whiteSpace=wrap;html=1;" value="Base&amp;amp;Wrist Camera" vertex="1">
          <mxGeometry height="30" width="100" x="-860" y="497" as="geometry" />
        </mxCell>
        <mxCell id="5m5IZYSdE89hOnIhnB_D-124" parent="1" style="text;html=1;whiteSpace=wrap;strokeColor=none;fillColor=none;align=center;verticalAlign=middle;rounded=0;fontSize=6;" value="已经默认&lt;br&gt;尺寸匹配" vertex="1">
          <mxGeometry height="30" width="60" x="-770" y="487" as="geometry" />
        </mxCell>
        <mxCell id="5m5IZYSdE89hOnIhnB_D-125" parent="1" style="text;html=1;whiteSpace=wrap;strokeColor=none;fillColor=none;align=center;verticalAlign=middle;rounded=0;" value="Wrist和Base相机使用不同的RNG(随机因子)" vertex="1">
          <mxGeometry height="20" width="265" x="-855" y="462.5" as="geometry" />
        </mxCell>
        <mxCell id="5m5IZYSdE89hOnIhnB_D-130" parent="1" style="text;html=1;whiteSpace=wrap;strokeColor=none;fillColor=none;align=center;verticalAlign=middle;rounded=0;fontStyle=1;fontSize=16;" value="图像数据增强处理" vertex="1">
          <mxGeometry height="30" width="170" x="-889.5" y="197.5" as="geometry" />
        </mxCell>
        <mxCell id="5m5IZYSdE89hOnIhnB_D-137" edge="1" parent="1" source="5m5IZYSdE89hOnIhnB_D-135" style="edgeStyle=orthogonalEdgeStyle;curved=1;rounded=0;orthogonalLoop=1;jettySize=auto;html=1;" target="5m5IZYSdE89hOnIhnB_D-136" value="">
          <mxGeometry relative="1" as="geometry" />
        </mxCell>
        <mxCell id="5m5IZYSdE89hOnIhnB_D-135" parent="1" style="rounded=1;whiteSpace=wrap;html=1;" value="从REPLAY BUFF提取数据" vertex="1">
          <mxGeometry height="50" width="95" x="-830" y="43.75" as="geometry" />
        </mxCell>
        <mxCell id="5m5IZYSdE89hOnIhnB_D-139" edge="1" parent="1" source="5m5IZYSdE89hOnIhnB_D-136" style="edgeStyle=orthogonalEdgeStyle;curved=1;rounded=0;orthogonalLoop=1;jettySize=auto;html=1;" target="5m5IZYSdE89hOnIhnB_D-138" value="">
          <mxGeometry relative="1" as="geometry" />
        </mxCell>
        <mxCell id="5m5IZYSdE89hOnIhnB_D-136" parent="1" style="rounded=1;whiteSpace=wrap;html=1;" value="进行图像增强" vertex="1">
          <mxGeometry height="50" width="79" x="-689" y="43.75" as="geometry" />
        </mxCell>
        <mxCell id="5m5IZYSdE89hOnIhnB_D-141" edge="1" parent="1" source="5m5IZYSdE89hOnIhnB_D-138" style="edgeStyle=orthogonalEdgeStyle;curved=1;rounded=0;orthogonalLoop=1;jettySize=auto;html=1;" target="5m5IZYSdE89hOnIhnB_D-140" value="">
          <mxGeometry relative="1" as="geometry" />
        </mxCell>
        <mxCell id="5m5IZYSdE89hOnIhnB_D-138" parent="1" style="rounded=1;whiteSpace=wrap;html=1;fillColor=#ffe6cc;strokeColor=#d79b00;" value="更新CRITIC网络" vertex="1">
          <mxGeometry height="50" width="74.5" x="-574.5" y="43.75" as="geometry" />
        </mxCell>
        <mxCell id="5m5IZYSdE89hOnIhnB_D-143" edge="1" parent="1" source="5m5IZYSdE89hOnIhnB_D-140" style="edgeStyle=orthogonalEdgeStyle;curved=1;rounded=0;orthogonalLoop=1;jettySize=auto;html=1;" target="5m5IZYSdE89hOnIhnB_D-142" value="">
          <mxGeometry relative="1" as="geometry" />
        </mxCell>
        <mxCell id="5m5IZYSdE89hOnIhnB_D-140" parent="1" style="rounded=1;whiteSpace=wrap;html=1;fillColor=#f5f5f5;fontColor=#333333;strokeColor=#666666;" value="使用成功轨迹进行SFT微调" vertex="1">
          <mxGeometry height="50" width="74.5" x="-450" y="43.75" as="geometry" />
        </mxCell>
        <mxCell id="5m5IZYSdE89hOnIhnB_D-142" parent="1" style="rounded=1;whiteSpace=wrap;html=1;fillColor=#ffe6cc;strokeColor=#d79b00;" value="更新RISIDUAL网路" vertex="1">
          <mxGeometry height="50" width="74.5" x="-330" y="43.75" as="geometry" />
        </mxCell>
        <mxCell id="5m5IZYSdE89hOnIhnB_D-147" parent="1" style="text;html=1;whiteSpace=wrap;strokeColor=none;fillColor=none;align=center;verticalAlign=middle;rounded=0;fontStyle=1;fontSize=16;" value="主循环" vertex="1">
          <mxGeometry height="30" width="70" x="-839.5" y="8.75" as="geometry" />
        </mxCell>
      </root>
    </mxGraphModel>
  </diagram>
</mxfile>
